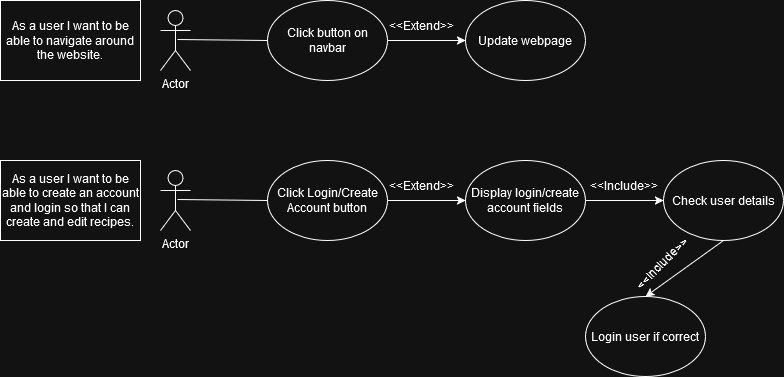
Before: Other/UML diagrams/Sprint1-user-stories.png, a diagram exported from draw.io (timbirtles/COMP1004-CocktailBook). Source tidied: cells renumbered, new cells last; positions are measured from the earlier drawing's top-left corner, leaving out a move shared by most shapes.
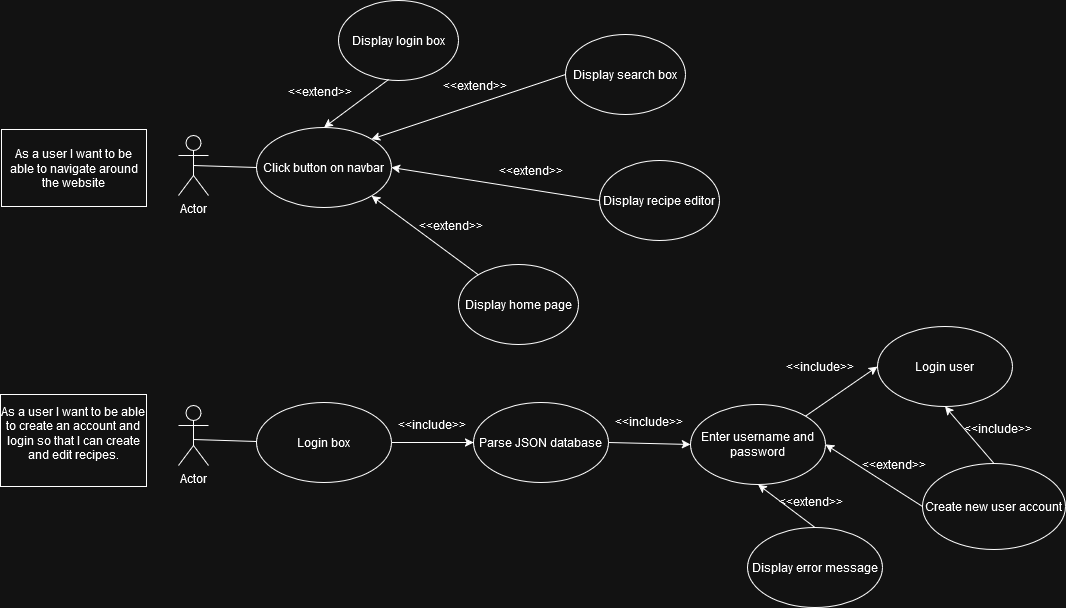
After the change.

The edit, as a diff of the source:
```diff
@@ -2,69 +2,119 @@
   <root>
     <mxCell id="0" />
     <mxCell id="1" parent="0" />
+    <mxCell id="22" value="As a user I want to be able to navigate around the website" style="rounded=0;whiteSpace=wrap;html=1;" parent="1" vertex="1">
+      <mxGeometry x="-130" y="460" width="145" height="77" as="geometry" />
+    </mxCell>
+    <mxCell id="23" value="Actor" style="shape=umlActor;verticalLabelPosition=bottom;verticalAlign=top;html=1;outlineConnect=0;" parent="1" vertex="1">
+      <mxGeometry x="47" y="466" width="30" height="60" as="geometry" />
+    </mxCell>
+    <mxCell id="17" value="Click button on navbar" style="ellipse;whiteSpace=wrap;html=1;" parent="1" vertex="1">
+      <mxGeometry x="125" y="458" width="135" height="80" as="geometry" />
+    </mxCell>
+    <mxCell id="24" value="Display login box" style="ellipse;whiteSpace=wrap;html=1;" parent="1" vertex="1">
+      <mxGeometry x="207" y="331" width="120" height="80" as="geometry" />
+    </mxCell>
+    <mxCell id="25" style="endArrow=none;html=1;rounded=0;exitX=0.5;exitY=0.5;exitDx=0;exitDy=0;exitPerimeter=0;entryX=0;entryY=0.5;entryDx=0;entryDy=0;" parent="1" edge="1" source="23" target="17">
+      <mxGeometry relative="1" as="geometry" />
+    </mxCell>
+    <mxCell id="26" value="Display search box" style="ellipse;whiteSpace=wrap;html=1;" parent="1" vertex="1">
+      <mxGeometry x="434" y="365" width="120" height="80" as="geometry" />
+    </mxCell>
+    <mxCell id="27" value="Display home page" style="ellipse;whiteSpace=wrap;html=1;" parent="1" vertex="1">
+      <mxGeometry x="327" y="595" width="120" height="80" as="geometry" />
+    </mxCell>
+    <mxCell id="28" value="Display recipe editor" style="ellipse;whiteSpace=wrap;html=1;" parent="1" vertex="1">
+      <mxGeometry x="468" y="491" width="120" height="80" as="geometry" />
+    </mxCell>
+    <mxCell id="29" style="endArrow=classic;html=1;rounded=0;exitX=0.417;exitY=0.988;exitDx=0;exitDy=0;exitPerimeter=0;entryX=0.5;entryY=0;entryDx=0;entryDy=0;" parent="1" edge="1" source="24" target="17">
+      <mxGeometry relative="1" as="geometry" />
+    </mxCell>
+    <mxCell id="30" style="endArrow=classic;html=1;rounded=0;exitX=0;exitY=0.5;exitDx=0;exitDy=0;entryX=1;entryY=0;entryDx=0;entryDy=0;" parent="1" edge="1" source="26" target="17">
+      <mxGeometry relative="1" as="geometry" />
+    </mxCell>
+    <mxCell id="31" style="endArrow=classic;html=1;rounded=0;exitX=0;exitY=0.5;exitDx=0;exitDy=0;entryX=1;entryY=0.5;entryDx=0;entryDy=0;" parent="1" edge="1" source="28" target="17">
+      <mxGeometry relative="1" as="geometry" />
+    </mxCell>
+    <mxCell id="32" style="endArrow=classic;html=1;rounded=0;entryX=1;entryY=1;entryDx=0;entryDy=0;" parent="1" edge="1" source="27" target="17">
+      <mxGeometry relative="1" as="geometry" />
+    </mxCell>
-    <mxCell id="2" value="As a user I want to be able to create an account and login so that I can create and edit recipes." style="rounded=0;whiteSpace=wrap;html=1;" parent="1" vertex="1">
-      <mxGeometry y="160" width="140" height="80" as="geometry" />
+    <mxCell id="2" value="As a user I want to be able to create an account and login so that I can create and edit recipes.&lt;div&gt;&lt;br/&gt;&lt;/div&gt;" style="rounded=0;whiteSpace=wrap;html=1;" parent="1" vertex="1">
+      <mxGeometry x="-131" y="725" width="146" height="92" as="geometry" />
     </mxCell>
-    <mxCell id="3" value="Actor" style="shape=umlActor;verticalLabelPosition=bottom;verticalAlign=top;html=1;" parent="1" vertex="1">
-      <mxGeometry x="160" y="170" width="30" height="60" as="geometry" />
-    </mxCell>
-    <mxCell id="4" value="Click Login/Create Account button" style="ellipse;whiteSpace=wrap;html=1;" parent="1" vertex="1">
-      <mxGeometry x="267" y="160" width="120" height="80" as="geometry" />
-    </mxCell>
-    <mxCell id="5" style="endArrow=none;html=1;rounded=0;entryX=0;entryY=0.5;entryDx=0;entryDy=0;" parent="1" edge="1" target="4">
-      <mxGeometry relative="1" as="geometry">
-        <mxPoint x="177" y="199" as="sourcePoint" />
-      </mxGeometry>
-    </mxCell>
-    <mxCell id="6" value="&amp;lt;&amp;lt;Extend&amp;gt;&amp;gt;" style="text;html=1;align=center;verticalAlign=middle;whiteSpace=wrap;rounded=0;rotation=0;" parent="1" vertex="1">
-      <mxGeometry x="391" y="170" width="60" height="30" as="geometry" />
-    </mxCell>
-    <mxCell id="7" value="Check user details" style="ellipse;whiteSpace=wrap;html=1;" parent="1" vertex="1">
-      <mxGeometry x="663" y="160" width="120" height="80" as="geometry" />
-    </mxCell>
-    <mxCell id="8" style="endArrow=classic;html=1;rounded=0;entryX=0;entryY=0.5;entryDx=0;entryDy=0;exitX=1;exitY=0.5;exitDx=0;exitDy=0;" parent="1" edge="1" source="9" target="7">
-      <mxGeometry relative="1" as="geometry" />
-    </mxCell>
-    <mxCell id="9" value="Display login/create account fields" style="ellipse;whiteSpace=wrap;html=1;" parent="1" vertex="1">
-      <mxGeometry x="465" y="160" width="120" height="80" as="geometry" />
-    </mxCell>
-    <mxCell id="10" style="endArrow=classic;html=1;rounded=0;entryX=0;entryY=0.5;entryDx=0;entryDy=0;exitX=1;exitY=0.5;exitDx=0;exitDy=0;" parent="1" edge="1" source="4" target="9">
-      <mxGeometry relative="1" as="geometry" />
-    </mxCell>
-    <mxCell id="11" value="&amp;lt;&amp;lt;Include&amp;gt;&amp;gt;" style="text;html=1;align=center;verticalAlign=middle;whiteSpace=wrap;rounded=0;rotation=0;" parent="1" vertex="1">
-      <mxGeometry x="594" y="170" width="60" height="30" as="geometry" />
-    </mxCell>
-    <mxCell id="12" value="Login user if correct" style="ellipse;whiteSpace=wrap;html=1;" parent="1" vertex="1">
-      <mxGeometry x="585" y="296" width="120" height="80" as="geometry" />
-    </mxCell>
-    <mxCell id="13" style="endArrow=classic;html=1;rounded=0;exitX=0.5;exitY=1;exitDx=0;exitDy=0;entryX=0.5;entryY=0;entryDx=0;entryDy=0;" parent="1" edge="1" source="7" target="12">
-      <mxGeometry relative="1" as="geometry" />
-    </mxCell>
-    <mxCell id="14" value="&amp;lt;&amp;lt;Include&amp;gt;&amp;gt;" style="text;html=1;align=center;verticalAlign=middle;whiteSpace=wrap;rounded=0;rotation=-45;" parent="1" vertex="1">
-      <mxGeometry x="632" y="248" width="60" height="30" as="geometry" />
-    </mxCell>
-    <mxCell id="15" value="As a user I want to be able to navigate around the website." style="rounded=0;whiteSpace=wrap;html=1;" parent="1" vertex="1">
-      <mxGeometry width="140" height="80" as="geometry" />
-    </mxCell>
-    <mxCell id="16" value="Actor" style="shape=umlActor;verticalLabelPosition=bottom;verticalAlign=top;html=1;" parent="1" vertex="1">
-      <mxGeometry x="160" y="10" width="30" height="60" as="geometry" />
-    </mxCell>
-    <mxCell id="17" value="Click button on navbar" style="ellipse;whiteSpace=wrap;html=1;" parent="1" vertex="1">
-      <mxGeometry x="267" width="120" height="80" as="geometry" />
-    </mxCell>
-    <mxCell id="18" style="endArrow=none;html=1;rounded=0;entryX=0;entryY=0.5;entryDx=0;entryDy=0;" parent="1" edge="1" target="17">
-      <mxGeometry relative="1" as="geometry">
-        <mxPoint x="177" y="39" as="sourcePoint" />
-      </mxGeometry>
-    </mxCell>
-    <mxCell id="19" value="&amp;lt;&amp;lt;Extend&amp;gt;&amp;gt;" style="text;html=1;align=center;verticalAlign=middle;whiteSpace=wrap;rounded=0;rotation=0;" parent="1" vertex="1">
-      <mxGeometry x="391" y="10" width="60" height="30" as="geometry" />
-    </mxCell>
-    <mxCell id="20" value="Update webpage" style="ellipse;whiteSpace=wrap;html=1;" parent="1" vertex="1">
-      <mxGeometry x="465" width="120" height="80" as="geometry" />
-    </mxCell>
-    <mxCell id="21" style="endArrow=classic;html=1;rounded=0;entryX=0;entryY=0.5;entryDx=0;entryDy=0;exitX=1;exitY=0.5;exitDx=0;exitDy=0;" parent="1" edge="1" source="17" target="20">
-      <mxGeometry relative="1" as="geometry" />
-    </mxCell>
+    <mxCell id="33" value="Actor" style="shape=umlActor;verticalLabelPosition=bottom;verticalAlign=top;html=1;" parent="1" vertex="1">
+      <mxGeometry x="47" y="736" width="30" height="60" as="geometry" />
+    </mxCell>
+    <mxCell id="34" value="&amp;lt;&amp;lt;extend&amp;gt;&amp;gt;" style="text;html=1;align=center;verticalAlign=middle;whiteSpace=wrap;rounded=0;" parent="1" vertex="1">
+      <mxGeometry x="159" y="407" width="60" height="30" as="geometry" />
+    </mxCell>
+    <mxCell id="35" value="&amp;lt;&amp;lt;extend&amp;gt;&amp;gt;" style="text;html=1;align=center;verticalAlign=middle;whiteSpace=wrap;rounded=0;" parent="1" vertex="1">
+      <mxGeometry x="314" y="401" width="60" height="30" as="geometry" />
+    </mxCell>
+    <mxCell id="36" value="&amp;lt;&amp;lt;extend&amp;gt;&amp;gt;" style="text;html=1;align=center;verticalAlign=middle;whiteSpace=wrap;rounded=0;" parent="1" vertex="1">
+      <mxGeometry x="370" y="486" width="60" height="30" as="geometry" />
+    </mxCell>
+    <mxCell id="37" value="&amp;lt;&amp;lt;extend&amp;gt;&amp;gt;" style="text;html=1;align=center;verticalAlign=middle;whiteSpace=wrap;rounded=0;" parent="1" vertex="1">
+      <mxGeometry x="290" y="541" width="60" height="30" as="geometry" />
+    </mxCell>
+    <mxCell id="38" value="Login box" style="ellipse;whiteSpace=wrap;html=1;" parent="1" vertex="1">
+      <mxGeometry x="125" y="733" width="135" height="80" as="geometry" />
+    </mxCell>
+    <mxCell id="39" style="endArrow=none;html=1;rounded=0;exitX=0.5;exitY=0.5;exitDx=0;exitDy=0;exitPerimeter=0;entryX=0;entryY=0.5;entryDx=0;entryDy=0;" parent="1" edge="1">
+      <mxGeometry relative="1" as="geometry">
+        <mxPoint x="62" y="770" as="sourcePoint" />
+        <mxPoint x="125" y="772" as="targetPoint" />
+      </mxGeometry>
+    </mxCell>
+    <mxCell id="40" value="Enter username and password" style="ellipse;whiteSpace=wrap;html=1;" parent="1" vertex="1">
+      <mxGeometry x="559" y="735" width="135" height="80" as="geometry" />
+    </mxCell>
+    <mxCell id="41" value="Parse JSON database" style="ellipse;whiteSpace=wrap;html=1;" parent="1" vertex="1">
+      <mxGeometry x="342" y="733" width="135" height="80" as="geometry" />
+    </mxCell>
+    <mxCell id="42" value="Login user" style="ellipse;whiteSpace=wrap;html=1;" parent="1" vertex="1">
+      <mxGeometry x="746" y="657" width="135" height="80" as="geometry" />
+    </mxCell>
+    <mxCell id="43" value="Display error message" style="ellipse;whiteSpace=wrap;html=1;" parent="1" vertex="1">
+      <mxGeometry x="616" y="858" width="135" height="80" as="geometry" />
+    </mxCell>
+    <mxCell id="44" value="Create new user account" style="ellipse;whiteSpace=wrap;html=1;" parent="1" vertex="1">
+      <mxGeometry x="791" y="794" width="143" height="86" as="geometry" />
+    </mxCell>
+    <mxCell id="45" style="endArrow=classic;html=1;rounded=0;exitX=1;exitY=0.5;exitDx=0;exitDy=0;entryX=0;entryY=0.5;entryDx=0;entryDy=0;" parent="1" edge="1" source="38" target="41">
+      <mxGeometry relative="1" as="geometry" />
+    </mxCell>
+    <mxCell id="46" style="endArrow=classic;html=1;rounded=0;exitX=1;exitY=0.5;exitDx=0;exitDy=0;entryX=0;entryY=0.5;entryDx=0;entryDy=0;" parent="1" edge="1" source="41" target="40">
+      <mxGeometry relative="1" as="geometry" />
+    </mxCell>
+    <mxCell id="47" style="endArrow=classic;html=1;rounded=0;exitX=1;exitY=0;exitDx=0;exitDy=0;entryX=0;entryY=0.5;entryDx=0;entryDy=0;" parent="1" edge="1" source="40" target="42">
+      <mxGeometry relative="1" as="geometry" />
+    </mxCell>
+    <mxCell id="48" style="endArrow=classic;html=1;rounded=0;exitX=0;exitY=0.5;exitDx=0;exitDy=0;entryX=1;entryY=0.5;entryDx=0;entryDy=0;" parent="1" edge="1" source="44" target="40">
+      <mxGeometry relative="1" as="geometry" />
+    </mxCell>
+    <mxCell id="49" style="endArrow=classic;html=1;rounded=0;entryX=0.5;entryY=1;entryDx=0;entryDy=0;exitX=0.5;exitY=0;exitDx=0;exitDy=0;" parent="1" edge="1" source="44" target="42">
+      <mxGeometry relative="1" as="geometry" />
+    </mxCell>
+    <mxCell id="50" style="endArrow=classic;html=1;rounded=0;exitX=0.5;exitY=0;exitDx=0;exitDy=0;entryX=0.5;entryY=1;entryDx=0;entryDy=0;" parent="1" edge="1" source="43" target="40">
+      <mxGeometry relative="1" as="geometry" />
+    </mxCell>
+    <mxCell id="51" value="&amp;lt;&amp;lt;extend&amp;gt;&amp;gt;" style="text;html=1;align=center;verticalAlign=middle;whiteSpace=wrap;rounded=0;" parent="1" vertex="1">
+      <mxGeometry x="650" y="817" width="60" height="30" as="geometry" />
+    </mxCell>
+    <mxCell id="52" value="&amp;lt;&amp;lt;include&amp;gt;&amp;gt;" style="text;html=1;align=center;verticalAlign=middle;whiteSpace=wrap;rounded=0;" parent="1" vertex="1">
+      <mxGeometry x="837" y="744" width="60" height="30" as="geometry" />
+    </mxCell>
+    <mxCell id="53" value="&amp;lt;&amp;lt;extend&amp;gt;&amp;gt;" style="text;html=1;align=center;verticalAlign=middle;whiteSpace=wrap;rounded=0;" parent="1" vertex="1">
+      <mxGeometry x="733" y="780" width="60" height="30" as="geometry" />
+    </mxCell>
+    <mxCell id="54" value="&amp;lt;&amp;lt;include&amp;gt;&amp;gt;" style="text;html=1;align=center;verticalAlign=middle;whiteSpace=wrap;rounded=0;" parent="1" vertex="1">
+      <mxGeometry x="659" y="682" width="60" height="30" as="geometry" />
+    </mxCell>
+    <mxCell id="55" value="&amp;lt;&amp;lt;include&amp;gt;&amp;gt;" style="text;html=1;align=center;verticalAlign=middle;whiteSpace=wrap;rounded=0;" parent="1" vertex="1">
+      <mxGeometry x="488" y="737" width="60" height="30" as="geometry" />
+    </mxCell>
+    <mxCell id="56" value="&amp;lt;&amp;lt;include&amp;gt;&amp;gt;" style="text;html=1;align=center;verticalAlign=middle;whiteSpace=wrap;rounded=0;" parent="1" vertex="1">
+      <mxGeometry x="271" y="740" width="60" height="30" as="geometry" />
+    </mxCell>
   </root>
 </mxGraphModel>
```
